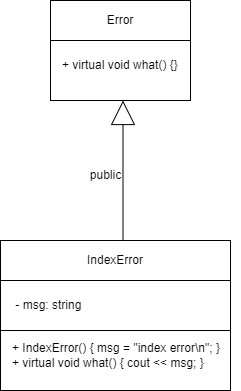
Above: 2 Семестр/Class/Лаба 9/Лаба 9 Классы.png in IlyaFedoseev227/LABS-PNRPU-IVT-22-1b (draw.io), before the change. Source tidied: cells renumbered, new cells last; positions are measured from the earlier drawing's top-left corner, leaving out a move shared by most shapes.
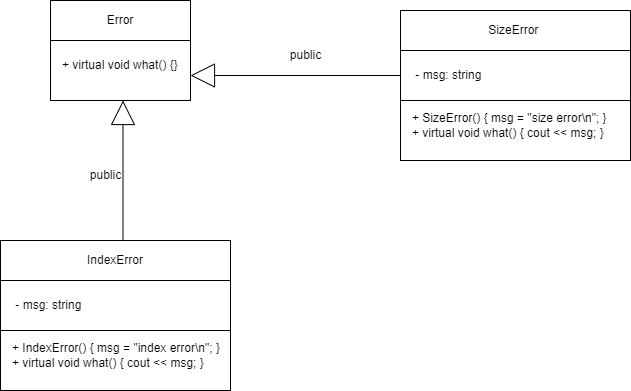
After the change.

Change to the diagram source:
```diff
@@ -35,5 +35,26 @@
     <mxCell id="11" value="public" style="text;html=1;align=center;verticalAlign=middle;strokeColor=none;fillColor=none;" parent="1" vertex="1">
       <mxGeometry x="80" y="160" width="50" height="30" as="geometry" />
     </mxCell>
+    <mxCell id="12" style="rounded=0;whiteSpace=wrap;html=1;" parent="1" vertex="1">
+      <mxGeometry x="400" y="10" width="230" height="150" as="geometry" />
+    </mxCell>
+    <mxCell id="13" value="SizeError&amp;nbsp;" style="rounded=0;whiteSpace=wrap;html=1;" parent="1" vertex="1">
+      <mxGeometry x="400" y="10" width="230" height="40" as="geometry" />
+    </mxCell>
+    <mxCell id="14" value="&lt;div&gt;+ SizeError() { msg = &quot;size error\n&quot;; }&lt;span style=&quot;&quot;&gt;&lt;/span&gt;&lt;/div&gt;&lt;div&gt;&lt;span style=&quot;white-space: pre;&quot;&gt;+ &lt;/span&gt;virtual void what() { cout &amp;lt;&amp;lt; msg; }&lt;/div&gt;" style="text;html=1;align=left;verticalAlign=middle;strokeColor=none;fillColor=none;" parent="1" vertex="1">
+      <mxGeometry x="410" y="105" width="220" height="40" as="geometry" />
+    </mxCell>
+    <mxCell id="15" style="rounded=0;whiteSpace=wrap;html=1;" parent="1" vertex="1">
+      <mxGeometry x="400" y="50" width="230" height="50" as="geometry" />
+    </mxCell>
+    <mxCell id="16" value="&amp;nbsp;- msg: string" style="text;html=1;align=left;verticalAlign=middle;strokeColor=none;fillColor=none;" parent="1" vertex="1">
+      <mxGeometry x="410" y="60" width="90" height="30" as="geometry" />
+    </mxCell>
+    <mxCell id="17" style="edgeStyle=orthogonalEdgeStyle;rounded=0;jettySize=auto;html=1;endArrow=block;endFill=0;strokeWidth=1;endSize=22;entryX=1;entryY=0.75;entryDx=0;entryDy=0;exitX=0;exitY=0.5;exitDx=0;exitDy=0;" parent="1" edge="1" source="15" target="2">
+      <mxGeometry relative="1" as="geometry" />
+    </mxCell>
+    <mxCell id="18" value="public" style="text;html=1;align=center;verticalAlign=middle;strokeColor=none;fillColor=none;" parent="1" vertex="1">
+      <mxGeometry x="280" y="40" width="50" height="30" as="geometry" />
+    </mxCell>
   </root>
 </mxGraphModel>
```
